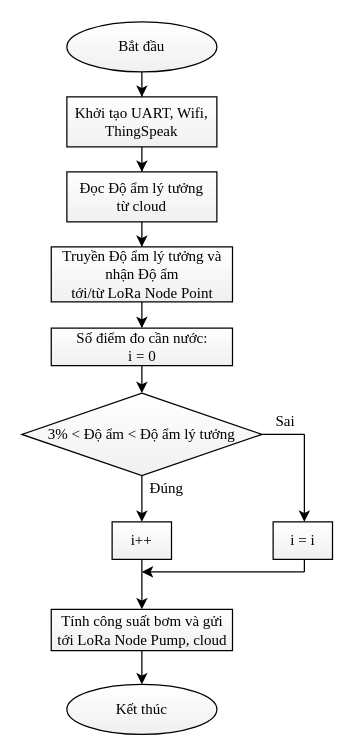
Earlier version of the draw.io diagram LoRa Gateway.drawio (loc145/bieudo). Source tidied: cells renumbered, new cells numbered last; positions are measured from the earlier drawing's top-left corner, leaving out a move shared by most shapes. Both pictures are drawn from the tidied source at 125%, with x=0, y=0 at pixel (21, 21).
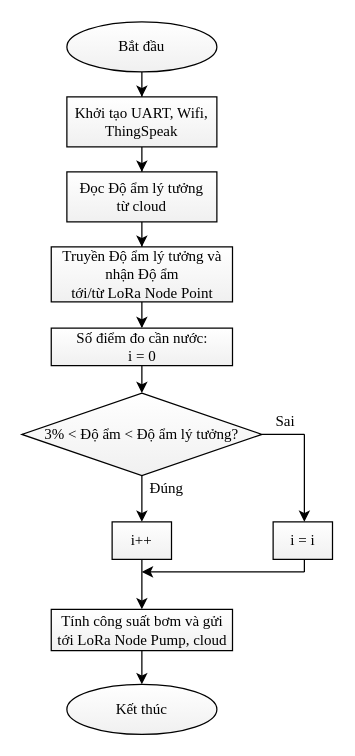
Above is the later version.

The edit, as a diff of the source:
```diff
@@
-    <mxCell id="14" value="&lt;font face=&quot;Times New Roman&quot;&gt;3% &amp;lt; Độ ẩm &amp;lt; Độ ẩm lý tưởng&lt;/font&gt;" style="rhombus;whiteSpace=wrap;html=1;gradientColor=#F0F0F0;" parent="1" vertex="1">
+    <mxCell id="14" value="&lt;font face=&quot;Times New Roman&quot;&gt;3% &amp;lt; Độ ẩm &amp;lt; Độ ẩm lý tưởng?&lt;/font&gt;" style="rhombus;whiteSpace=wrap;html=1;gradientColor=#F0F0F0;" parent="1" vertex="1">
       <mxGeometry y="297" width="192" height="66" as="geometry" />
     </mxCell>
```
